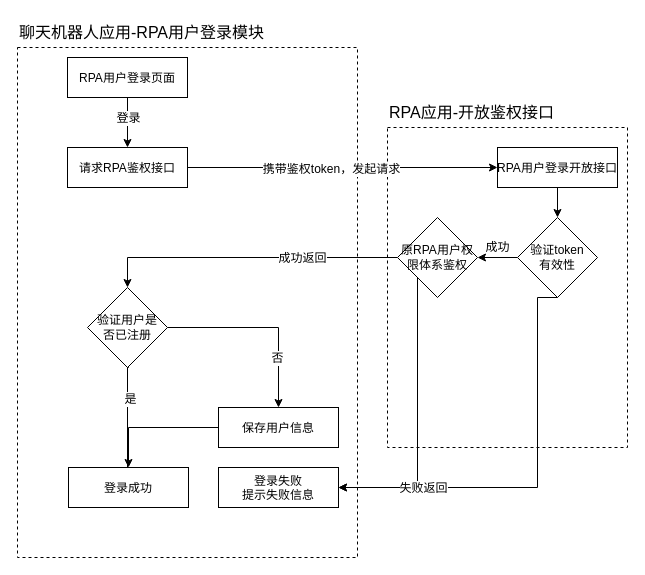
ColonelDarcy2018/excelsior keeps this draw.io diagram as 实现1.drawio. Above is the earlier version. Source tidied: cells renumbered, new cells numbered last; positions are measured from the earlier drawing's top-left corner, leaving out a move shared by most shapes. Both pictures are drawn from the tidied source at 100%, with x=0, y=0 at pixel (17, 17).
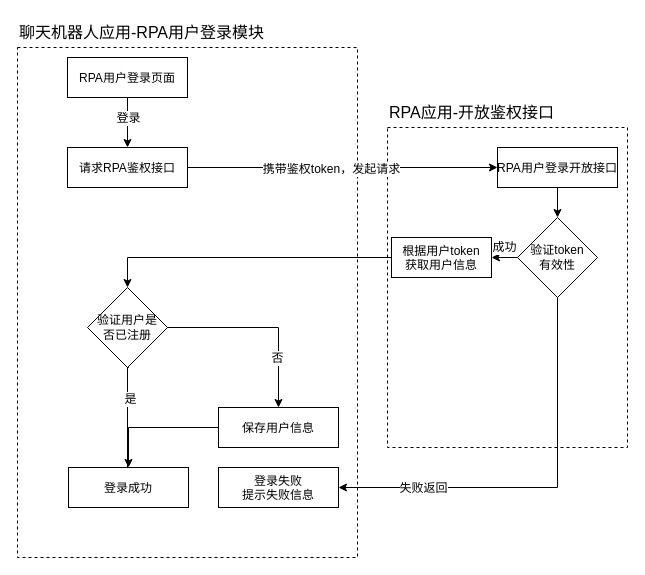
The same page after the edit.

The change refers to these unchanged cells:
```xml
<mxCell id="18" value="登录失败&#10;提示失败信息" style="fontStyle=0;fontSize=12;" parent="1" vertex="1">
  <mxGeometry x="201" y="450" width="120" height="40" as="geometry" />
</mxCell>
<mxCell id="23" value="验证token&lt;br&gt;有效性" style="rhombus;whiteSpace=wrap;html=1;fontFamily=Helvetica;fontSize=12;fontColor=default;" parent="1" vertex="1">
  <mxGeometry x="500" y="200" width="80" height="80" as="geometry" />
</mxCell>
<mxCell id="31" value="验证用户是&lt;br&gt;否已注册" style="rhombus;whiteSpace=wrap;html=1;fontFamily=Helvetica;fontSize=12;fontColor=default;" parent="1" vertex="1">
  <mxGeometry x="70" y="270" width="80" height="80" as="geometry" />
</mxCell>
```

The edit, as a diff of the source:
```diff
@@
-    <mxCell id="14" style="edgeStyle=orthogonalEdgeStyle;rounded=0;jettySize=auto;html=1;fontFamily=Helvetica;fontSize=12;fontColor=default;entryX=1;entryY=0.5;entryDx=0;entryDy=0;" parent="1" edge="1" source="17" target="18">
-      <mxGeometry relative="1" as="geometry">
-        <Array as="points">
-          <mxPoint x="400" y="470" />
-        </Array>
-      </mxGeometry>
-    </mxCell>
-    <mxCell id="15" style="edgeStyle=orthogonalEdgeStyle;rounded=0;jettySize=auto;html=1;fontFamily=Helvetica;fontSize=12;fontColor=default;exitX=0;exitY=0.5;exitDx=0;exitDy=0;entryX=0.5;entryY=0;entryDx=0;entryDy=0;" parent="1" edge="1" source="17" target="31">
+    <mxCell id="15" style="edgeStyle=orthogonalEdgeStyle;rounded=0;jettySize=auto;html=1;fontFamily=Helvetica;fontSize=12;fontColor=default;exitX=0;exitY=0.5;exitDx=0;exitDy=0;entryX=0.5;entryY=0;entryDx=0;entryDy=0;" parent="1" edge="1" target="31">
       <mxGeometry relative="1" as="geometry">
+        <mxPoint x="380" y="240" as="sourcePoint" />
         <Array as="points">
           <mxPoint x="110" y="240" />
         </Array>
       </mxGeometry>
     </mxCell>
-    <mxCell id="16" value="成功返回" style="edgeLabel;html=1;align=center;verticalAlign=middle;fontSize=12;fontFamily=Helvetica;fontColor=default;" parent="15" vertex="1">
-      <mxGeometry x="-0.22" relative="1" as="geometry">
-        <mxPoint x="21" as="offset" />
-      </mxGeometry>
-    </mxCell>
-    <mxCell id="17" value="原RPA用户权限体系鉴权" style="rhombus;whiteSpace=wrap;html=1;fontFamily=Helvetica;fontSize=12;fontColor=default;" parent="1" vertex="1">
-      <mxGeometry x="380" y="200" width="80" height="80" as="geometry" />
-    </mxCell>
@@
-    <mxCell id="19" style="edgeStyle=orthogonalEdgeStyle;rounded=0;jettySize=auto;html=1;fontFamily=Helvetica;fontSize=12;fontColor=default;" parent="1" edge="1" source="23" target="17">
+    <mxCell id="19" style="edgeStyle=orthogonalEdgeStyle;rounded=0;jettySize=auto;html=1;fontFamily=Helvetica;fontSize=12;fontColor=default;entryX=1;entryY=0.5;entryDx=0;entryDy=0;" parent="1" edge="1" source="23" target="33">
       <mxGeometry relative="1" as="geometry">
         <Array as="points">
-          <mxPoint x="420" y="240" />
+          <mxPoint x="480" y="240" />
         </Array>
       </mxGeometry>
     </mxCell>
@@
     <mxCell id="21" style="edgeStyle=orthogonalEdgeStyle;rounded=0;jettySize=auto;html=1;entryX=1;entryY=0.5;entryDx=0;entryDy=0;fontFamily=Helvetica;fontSize=12;fontColor=default;exitX=0.5;exitY=1;exitDx=0;exitDy=0;" parent="1" edge="1" source="23" target="18">
       <mxGeometry relative="1" as="geometry">
         <Array as="points">
-          <mxPoint x="520" y="470" />
+          <mxPoint x="540" y="470" />
         </Array>
       </mxGeometry>
     </mxCell>
@@
+    <mxCell id="33" value="根据用户token&#10;获取用户信息" style="fontStyle=0;fontSize=12;" parent="1" vertex="1">
+      <mxGeometry x="374" y="220" width="100" height="40" as="geometry" />
+    </mxCell>
```
